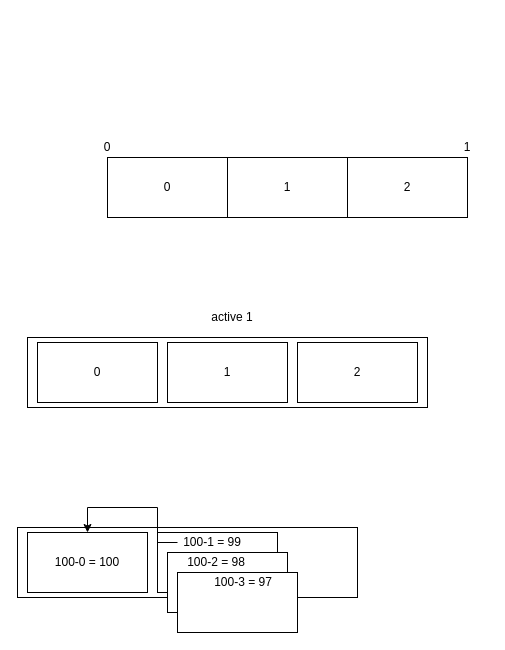
This is test.drawio from reasat-rafio/sg-biennale, a draw.io file, before an edit. Source tidied: cells renumbered, new cells numbered last; positions are measured from the earlier drawing's top-left corner, leaving out a move shared by most shapes. Both pictures are drawn from the tidied source at 100%, with x=0, y=0 at pixel (17, 137).
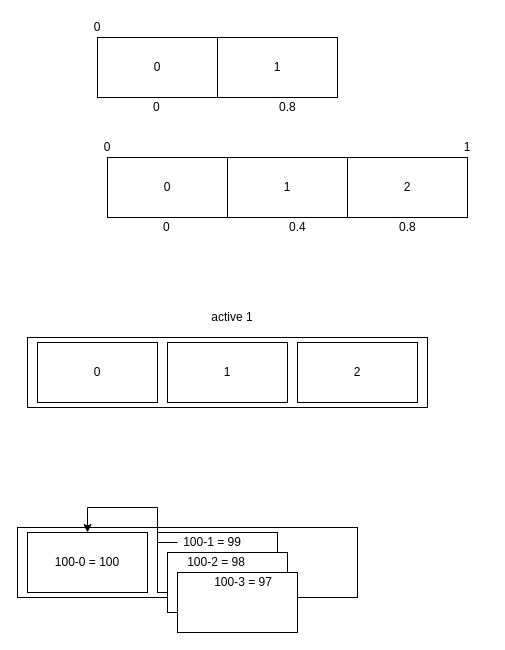
After the change.

Change to the diagram source:
```diff
@@
+    <mxCell id="22" value="0" style="text;html=1;align=left;verticalAlign=top;spacingTop=-4;" parent="1" vertex="1">
+      <mxGeometry x="144" y="80" width="20" height="20" as="geometry" />
+    </mxCell>
+    <mxCell id="23" value="0.4&lt;br&gt;" style="text;html=1;align=left;verticalAlign=top;spacingTop=-4;" parent="1" vertex="1">
+      <mxGeometry x="270" y="80" width="30" height="20" as="geometry" />
+    </mxCell>
+    <mxCell id="24" value="0.8" style="text;html=1;align=left;verticalAlign=top;spacingTop=-4;" parent="1" vertex="1">
+      <mxGeometry x="380" y="80" width="30" height="20" as="geometry" />
+    </mxCell>
+    <mxCell id="25" value="0" style="rounded=0;whiteSpace=wrap;html=1;" parent="1" vertex="1">
+      <mxGeometry x="80" y="-100" width="120" height="60" as="geometry" />
+    </mxCell>
+    <mxCell id="26" value="1" style="rounded=0;whiteSpace=wrap;html=1;" parent="1" vertex="1">
+      <mxGeometry x="200" y="-100" width="120" height="60" as="geometry" />
+    </mxCell>
+    <mxCell id="27" value="0" style="text;html=1;strokeColor=none;fillColor=none;align=center;verticalAlign=middle;whiteSpace=wrap;rounded=0;" parent="1" vertex="1">
+      <mxGeometry x="60" y="-120" width="40" height="20" as="geometry" />
+    </mxCell>
+    <mxCell id="28" value="0" style="text;html=1;align=left;verticalAlign=top;spacingTop=-4;" parent="1" vertex="1">
+      <mxGeometry x="134" y="-40" width="20" height="20" as="geometry" />
+    </mxCell>
+    <mxCell id="29" value="0.8" style="text;html=1;align=left;verticalAlign=top;spacingTop=-4;" parent="1" vertex="1">
+      <mxGeometry x="260" y="-40" width="30" height="20" as="geometry" />
+    </mxCell>
```
